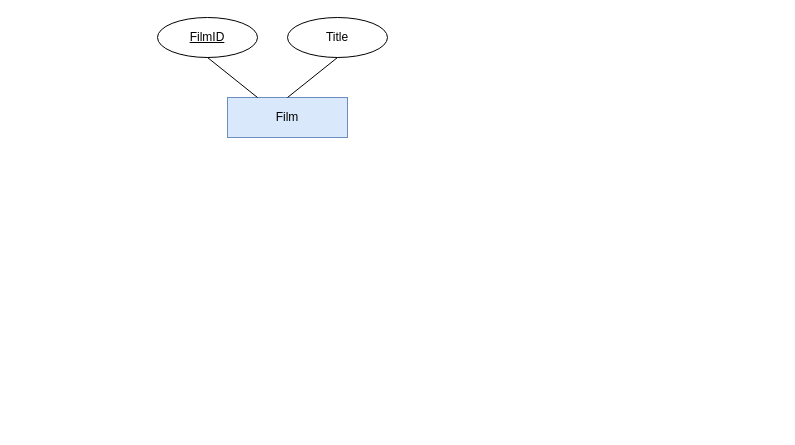
Earlier version of the draw.io diagram Untitled Diagram.drawio (Ge0rg3/code-challenges). Source tidied: cells renumbered, new cells numbered last; positions are measured from the earlier drawing's top-left corner, leaving out a move shared by most shapes. Both pictures are drawn from the tidied source at 100%, with x=0, y=0 at pixel (157, 17).
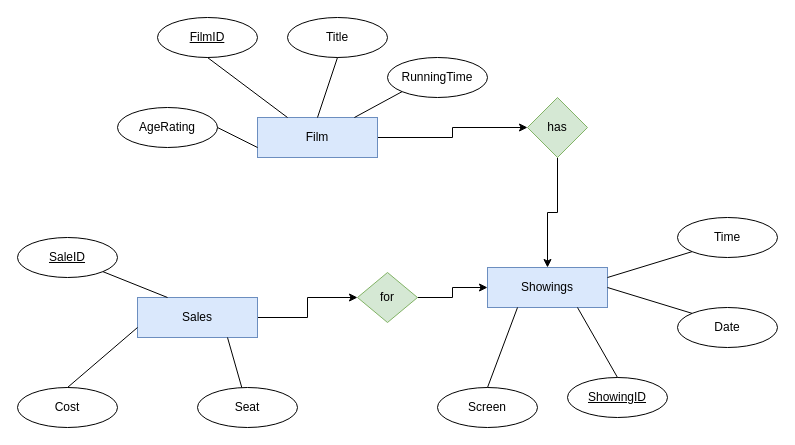
The same page after the edit.

Diff of the diagram source:
```diff
@@
+    <mxCell id="7" style="edgeStyle=orthogonalEdgeStyle;rounded=0;jettySize=auto;html=1;exitX=1;exitY=0.5;exitDx=0;exitDy=0;entryX=0;entryY=0.5;entryDx=0;entryDy=0;" parent="1" edge="1" source="2" target="32">
+      <mxGeometry relative="1" as="geometry" />
+    </mxCell>
     <mxCell id="2" value="Film" style="rounded=0;whiteSpace=wrap;html=1;fillColor=#dae8fc;strokeColor=#6c8ebf;" parent="1" vertex="1">
-      <mxGeometry x="70" y="80" width="120" height="40" as="geometry" />
+      <mxGeometry x="100" y="100" width="120" height="40" as="geometry" />
     </mxCell>
@@
+    <mxCell id="8" value="RunningTime" style="ellipse;whiteSpace=wrap;html=1;" parent="1" vertex="1">
+      <mxGeometry x="230" y="40" width="100" height="40" as="geometry" />
+    </mxCell>
+    <mxCell id="9" style="endArrow=none;html=1;entryX=0;entryY=1;entryDx=0;entryDy=0;" parent="1" edge="1" source="2" target="8">
+      <mxGeometry relative="1" as="geometry" />
+    </mxCell>
+    <mxCell id="10" value="AgeRating" style="ellipse;whiteSpace=wrap;html=1;" parent="1" vertex="1">
+      <mxGeometry x="-40" y="90" width="100" height="40" as="geometry" />
+    </mxCell>
+    <mxCell id="11" style="endArrow=none;html=1;entryX=1;entryY=0.5;entryDx=0;entryDy=0;exitX=0;exitY=0.75;exitDx=0;exitDy=0;" parent="1" edge="1" source="2" target="10">
+      <mxGeometry relative="1" as="geometry" />
+    </mxCell>
+    <mxCell id="12" value="Showings" style="rounded=0;whiteSpace=wrap;html=1;fillColor=#dae8fc;strokeColor=#6c8ebf;" parent="1" vertex="1">
+      <mxGeometry x="330" y="250" width="120" height="40" as="geometry" />
+    </mxCell>
+    <mxCell id="13" value="Time" style="ellipse;whiteSpace=wrap;html=1;" parent="1" vertex="1">
+      <mxGeometry x="520" y="200" width="100" height="40" as="geometry" />
+    </mxCell>
+    <mxCell id="14" style="endArrow=none;html=1;entryX=0;entryY=1;entryDx=0;entryDy=0;exitX=1;exitY=0.25;exitDx=0;exitDy=0;" parent="1" edge="1" source="12" target="13">
+      <mxGeometry relative="1" as="geometry" />
+    </mxCell>
+    <mxCell id="15" value="Date" style="ellipse;whiteSpace=wrap;html=1;" parent="1" vertex="1">
+      <mxGeometry x="520" y="290" width="100" height="40" as="geometry" />
+    </mxCell>
+    <mxCell id="16" style="endArrow=none;html=1;entryX=0;entryY=0;entryDx=0;entryDy=0;exitX=1;exitY=0.5;exitDx=0;exitDy=0;" parent="1" edge="1" source="12" target="15">
+      <mxGeometry relative="1" as="geometry" />
+    </mxCell>
+    <mxCell id="17" value="&lt;u&gt;ShowingID&lt;/u&gt;" style="ellipse;whiteSpace=wrap;html=1;" parent="1" vertex="1">
+      <mxGeometry x="410" y="360" width="100" height="40" as="geometry" />
+    </mxCell>
+    <mxCell id="18" style="endArrow=none;html=1;entryX=0.5;entryY=0;entryDx=0;entryDy=0;exitX=0.75;exitY=1;exitDx=0;exitDy=0;" parent="1" edge="1" source="12" target="17">
+      <mxGeometry relative="1" as="geometry" />
+    </mxCell>
+    <mxCell id="19" style="edgeStyle=orthogonalEdgeStyle;rounded=0;jettySize=auto;html=1;" parent="1" edge="1" source="20" target="30">
+      <mxGeometry relative="1" as="geometry" />
+    </mxCell>
+    <mxCell id="20" value="Sales" style="rounded=0;whiteSpace=wrap;html=1;fillColor=#dae8fc;strokeColor=#6c8ebf;" parent="1" vertex="1">
+      <mxGeometry x="-20" y="280" width="120" height="40" as="geometry" />
+    </mxCell>
+    <mxCell id="21" value="&lt;u&gt;SaleID&lt;/u&gt;" style="ellipse;whiteSpace=wrap;html=1;" parent="1" vertex="1">
+      <mxGeometry x="-140" y="220" width="100" height="40" as="geometry" />
+    </mxCell>
+    <mxCell id="22" value="Cost" style="ellipse;whiteSpace=wrap;html=1;" parent="1" vertex="1">
+      <mxGeometry x="-140" y="370" width="100" height="40" as="geometry" />
+    </mxCell>
+    <mxCell id="23" style="endArrow=none;html=1;entryX=0.5;entryY=0;entryDx=0;entryDy=0;exitX=0;exitY=0.75;exitDx=0;exitDy=0;" parent="1" edge="1" source="20" target="22">
+      <mxGeometry relative="1" as="geometry" />
+    </mxCell>
+    <mxCell id="24" style="endArrow=none;html=1;entryX=0.25;entryY=0;entryDx=0;entryDy=0;exitX=1;exitY=1;exitDx=0;exitDy=0;" parent="1" edge="1" source="21" target="20">
+      <mxGeometry relative="1" as="geometry" />
+    </mxCell>
+    <mxCell id="25" value="Screen" style="ellipse;whiteSpace=wrap;html=1;" parent="1" vertex="1">
+      <mxGeometry x="280" y="370" width="100" height="40" as="geometry" />
+    </mxCell>
+    <mxCell id="26" style="endArrow=none;html=1;entryX=0.5;entryY=0;entryDx=0;entryDy=0;exitX=0.25;exitY=1;exitDx=0;exitDy=0;" parent="1" edge="1" source="12" target="25">
+      <mxGeometry relative="1" as="geometry" />
+    </mxCell>
+    <mxCell id="27" value="Seat" style="ellipse;whiteSpace=wrap;html=1;" parent="1" vertex="1">
+      <mxGeometry x="40" y="370" width="100" height="40" as="geometry" />
+    </mxCell>
+    <mxCell id="28" style="endArrow=none;html=1;exitX=0.75;exitY=1;exitDx=0;exitDy=0;" parent="1" edge="1" source="20" target="27">
+      <mxGeometry relative="1" as="geometry" />
+    </mxCell>
+    <mxCell id="29" style="edgeStyle=orthogonalEdgeStyle;rounded=0;jettySize=auto;html=1;exitX=1;exitY=0.5;exitDx=0;exitDy=0;entryX=0;entryY=0.5;entryDx=0;entryDy=0;" parent="1" edge="1" source="30" target="12">
+      <mxGeometry relative="1" as="geometry" />
+    </mxCell>
+    <mxCell id="30" value="for" style="rhombus;whiteSpace=wrap;html=1;fillColor=#d5e8d4;strokeColor=#82b366;" parent="1" vertex="1">
+      <mxGeometry x="200" y="255" width="60" height="50" as="geometry" />
+    </mxCell>
+    <mxCell id="31" style="edgeStyle=orthogonalEdgeStyle;rounded=0;jettySize=auto;html=1;exitX=0.5;exitY=1;exitDx=0;exitDy=0;entryX=0.5;entryY=0;entryDx=0;entryDy=0;" parent="1" edge="1" source="32" target="12">
+      <mxGeometry relative="1" as="geometry" />
+    </mxCell>
+    <mxCell id="32" value="has" style="rhombus;whiteSpace=wrap;html=1;fillColor=#d5e8d4;strokeColor=#82b366;" parent="1" vertex="1">
+      <mxGeometry x="370" y="80" width="60" height="60" as="geometry" />
+    </mxCell>
```
